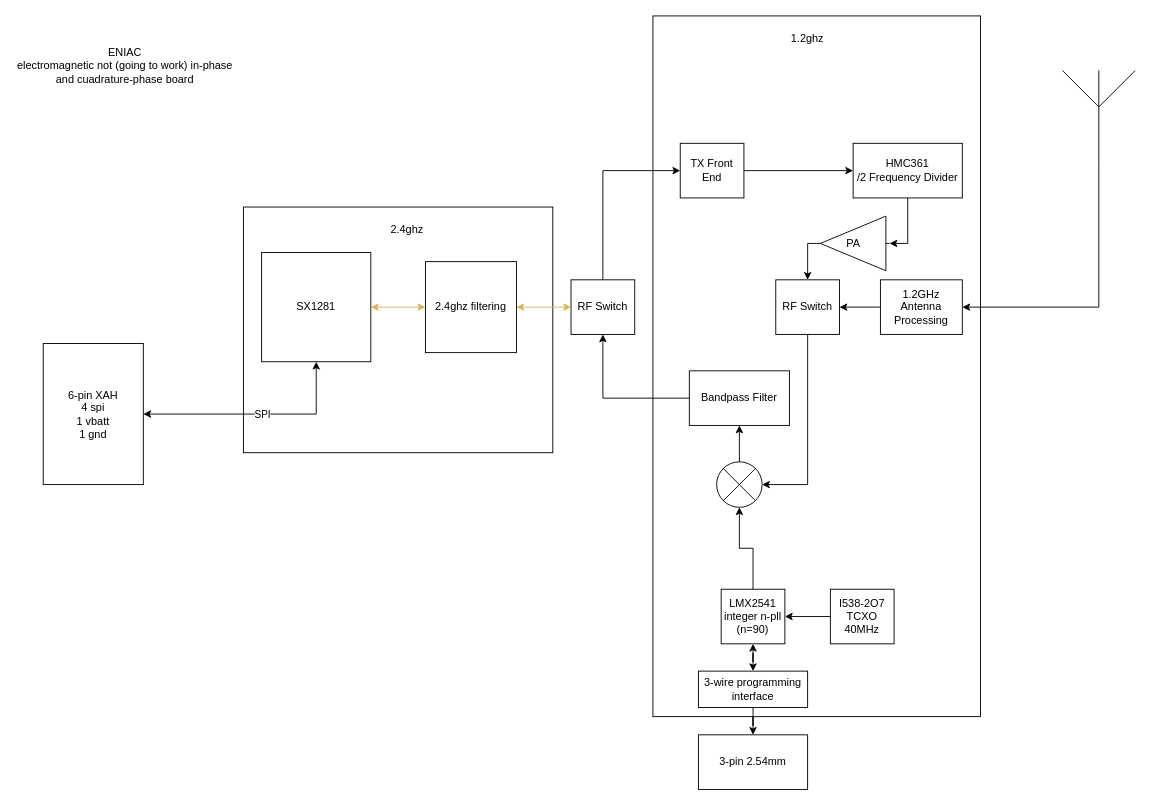
The draw.io diagram KiCad/ENIAC.drawio in parsa-novin/UGA-IREC, before the edit. Source tidied: cells renumbered, new cells numbered last; positions are measured from the earlier drawing's top-left corner, leaving out a move shared by most shapes. Both pictures are drawn from the tidied source at 91%, with x=0, y=0 at pixel (15, 15).
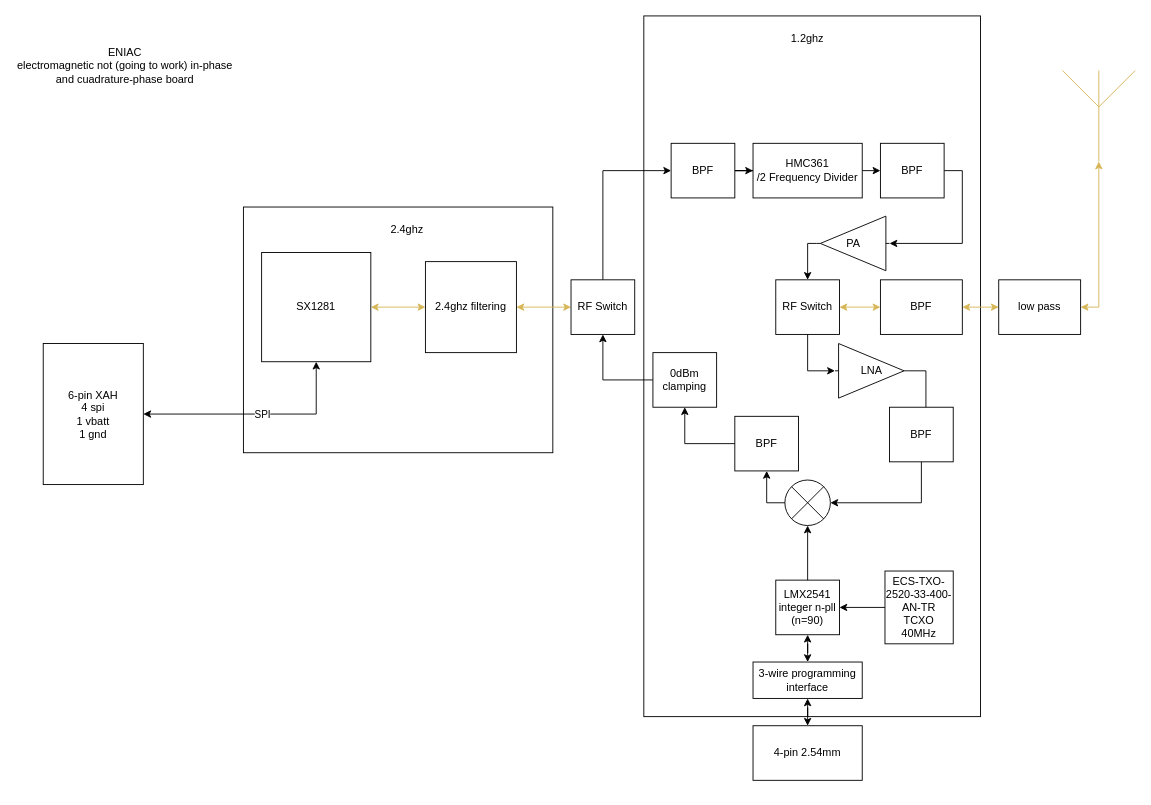
Above is the later version.

The change refers to these unchanged cells:
```xml
<mxCell id="11" value="RF Switch" style="rounded=0;whiteSpace=wrap;html=1;" parent="1" vertex="1">
  <mxGeometry x="610" y="290" width="70" height="60" as="geometry" />
</mxCell>
<mxCell id="23" value="RF Switch" style="rounded=0;whiteSpace=wrap;html=1;" parent="1" vertex="1">
  <mxGeometry x="835" y="290" width="70" height="60" as="geometry" />
</mxCell>
<mxCell id="38" value="PA" style="verticalLabelPosition=middle;shadow=0;dashed=0;align=center;html=1;verticalAlign=middle;shape=mxgraph.electrical.abstract.amplifier;labelPosition=center;direction=west;" parent="1" vertex="1">
  <mxGeometry x="880" y="220" width="80" height="60" as="geometry" />
</mxCell>
```

The edit, as a diff of the source:
```diff
@@
     <mxCell id="2" style="rounded=0;whiteSpace=wrap;html=1;" parent="1" vertex="1">
-      <mxGeometry x="700" width="360" height="770" as="geometry" />
+      <mxGeometry x="690" width="370" height="770" as="geometry" />
     </mxCell>
@@
-    <mxCell id="12" style="edgeStyle=orthogonalEdgeStyle;rounded=0;jettySize=auto;html=1;exitX=0.5;exitY=1;exitDx=0;exitDy=0;exitPerimeter=0;entryX=1;entryY=0.5;entryDx=0;entryDy=0;" parent="1" edge="1" source="13" target="22">
+    <mxCell id="12" style="edgeStyle=orthogonalEdgeStyle;rounded=0;jettySize=auto;html=1;exitX=0;exitY=0.5;exitDx=0;exitDy=0;entryX=1;entryY=0.5;entryDx=0;entryDy=0;fillColor=#fff2cc;strokeColor=#d6b656;startArrow=classic;startFill=1;" parent="1" edge="1" source="42" target="22">
       <mxGeometry relative="1" as="geometry" />
     </mxCell>
-    <mxCell id="13" style="verticalLabelPosition=bottom;shadow=0;dashed=0;align=center;html=1;verticalAlign=top;shape=mxgraph.electrical.radio.aerial_-_antenna_1;" parent="1" vertex="1">
+    <mxCell id="13" style="verticalLabelPosition=bottom;shadow=0;dashed=0;align=center;html=1;verticalAlign=top;shape=mxgraph.electrical.radio.aerial_-_antenna_1;fillColor=#fff2cc;strokeColor=#d6b656;" parent="1" vertex="1">
       <mxGeometry x="1150" y="60" width="80" height="100" as="geometry" />
     </mxCell>
@@
-    <mxCell id="15" style="edgeStyle=orthogonalEdgeStyle;rounded=0;jettySize=auto;html=1;" parent="1" edge="1" source="36" target="11">
+    <mxCell id="15" style="edgeStyle=orthogonalEdgeStyle;rounded=0;jettySize=auto;html=1;" parent="1" edge="1" source="46" target="11">
       <mxGeometry relative="1" as="geometry" />
     </mxCell>
     <mxCell id="16" style="verticalLabelPosition=bottom;shadow=0;dashed=0;align=center;html=1;verticalAlign=top;shape=mxgraph.electrical.abstract.multiplier;" parent="1" vertex="1">
-      <mxGeometry x="770" y="490" width="50" height="50" as="geometry" />
+      <mxGeometry x="845" y="510" width="50" height="50" as="geometry" />
     </mxCell>
@@
-    <mxCell id="18" value="I538-2O7 TCXO&lt;div&gt;40MH&lt;span style=&quot;background-color: transparent; color: light-dark(rgb(0, 0, 0), rgb(255, 255, 255));&quot;&gt;z&lt;/span&gt;&lt;/div&gt;" style="rounded=0;whiteSpace=wrap;html=1;" parent="1" vertex="1">
-      <mxGeometry x="895" y="630" width="70" height="60" as="geometry" />
+    <mxCell id="18" value="ECS-TXO-2520-33-400-AN-TR TCXO&lt;div&gt;40MH&lt;span style=&quot;background-color: transparent; color: light-dark(rgb(0, 0, 0), rgb(255, 255, 255));&quot;&gt;z&lt;/span&gt;&lt;/div&gt;" style="rounded=0;whiteSpace=wrap;html=1;" parent="1" vertex="1">
+      <mxGeometry x="955" y="610" width="75" height="80" as="geometry" />
     </mxCell>
     <mxCell id="19" value="LMX2541&lt;div&gt;integer n-pll&lt;/div&gt;&lt;div&gt;(n=90)&lt;/div&gt;" style="rounded=0;whiteSpace=wrap;html=1;" parent="1" vertex="1">
-      <mxGeometry x="775" y="630" width="70" height="60" as="geometry" />
+      <mxGeometry x="835" y="620" width="70" height="60" as="geometry" />
     </mxCell>
@@
-    <mxCell id="21" style="edgeStyle=orthogonalEdgeStyle;rounded=0;jettySize=auto;html=1;" parent="1" edge="1" source="22" target="23">
+    <mxCell id="21" style="edgeStyle=orthogonalEdgeStyle;rounded=0;jettySize=auto;html=1;fillColor=#fff2cc;strokeColor=#d6b656;startArrow=classic;startFill=1;" parent="1" edge="1" source="22" target="23">
       <mxGeometry relative="1" as="geometry" />
     </mxCell>
-    <mxCell id="22" value="1.2GHz Antenna Processing" style="rounded=0;whiteSpace=wrap;html=1;" parent="1" vertex="1">
+    <mxCell id="22" value="BPF" style="rounded=0;whiteSpace=wrap;html=1;" parent="1" vertex="1">
       <mxGeometry x="950" y="290" width="90" height="60" as="geometry" />
     </mxCell>
@@
-    <mxCell id="24" style="edgeStyle=orthogonalEdgeStyle;rounded=0;jettySize=auto;html=1;entryX=1;entryY=0.5;entryDx=0;entryDy=0;entryPerimeter=0;exitX=0.5;exitY=1;exitDx=0;exitDy=0;" parent="1" edge="1" source="23" target="16">
+    <mxCell id="24" style="edgeStyle=orthogonalEdgeStyle;rounded=0;jettySize=auto;html=1;entryX=1;entryY=0.5;entryDx=0;entryDy=0;entryPerimeter=0;exitX=0.5;exitY=1;exitDx=0;exitDy=0;" parent="1" edge="1" source="44" target="16">
       <mxGeometry relative="1" as="geometry" />
     </mxCell>
@@
-    <mxCell id="26" value="TX Front End" style="rounded=0;whiteSpace=wrap;html=1;" parent="1" vertex="1">
-      <mxGeometry x="730" y="140" width="70" height="60" as="geometry" />
+    <mxCell id="26" value="BPF" style="rounded=0;whiteSpace=wrap;html=1;" parent="1" vertex="1">
+      <mxGeometry x="720" y="140" width="70" height="60" as="geometry" />
     </mxCell>
@@
     <mxCell id="28" value="HMC361&lt;div&gt;/2 Frequency Divider&lt;/div&gt;" style="rounded=0;whiteSpace=wrap;html=1;" parent="1" vertex="1">
-      <mxGeometry x="920" y="140" width="120" height="60" as="geometry" />
+      <mxGeometry x="810" y="140" width="120" height="60" as="geometry" />
     </mxCell>
@@
-    <mxCell id="30" style="edgeStyle=orthogonalEdgeStyle;rounded=0;jettySize=auto;html=1;" parent="1" edge="1" source="31" target="32">
+    <mxCell id="30" style="edgeStyle=orthogonalEdgeStyle;rounded=0;jettySize=auto;html=1;startArrow=classic;startFill=1;" parent="1" edge="1" source="31" target="32">
       <mxGeometry relative="1" as="geometry" />
     </mxCell>
     <mxCell id="31" value="3-wire programming interface" style="rounded=0;whiteSpace=wrap;html=1;" parent="1" vertex="1">
-      <mxGeometry x="750" y="720" width="120" height="40" as="geometry" />
+      <mxGeometry x="810" y="710" width="120" height="40" as="geometry" />
     </mxCell>
-    <mxCell id="32" value="3-pin 2.54mm" style="rounded=0;whiteSpace=wrap;html=1;" parent="1" vertex="1">
-      <mxGeometry x="750" y="790" width="120" height="60" as="geometry" />
+    <mxCell id="32" value="4-pin 2.54mm" style="rounded=0;whiteSpace=wrap;html=1;" parent="1" vertex="1">
+      <mxGeometry x="810" y="780" width="120" height="60" as="geometry" />
     </mxCell>
@@
-    <mxCell id="35" style="edgeStyle=orthogonalEdgeStyle;rounded=0;jettySize=auto;html=1;" parent="1" edge="1" source="16" target="36">
+    <mxCell id="35" style="edgeStyle=orthogonalEdgeStyle;rounded=0;jettySize=auto;html=1;exitX=0;exitY=0.5;exitDx=0;exitDy=0;exitPerimeter=0;" parent="1" edge="1" source="16" target="36">
       <mxGeometry relative="1" as="geometry" />
     </mxCell>
-    <mxCell id="36" value="Bandpass Filter" style="rounded=0;whiteSpace=wrap;html=1;" parent="1" vertex="1">
-      <mxGeometry x="740" y="390" width="110" height="60" as="geometry" />
+    <mxCell id="36" value="BPF" style="rounded=0;whiteSpace=wrap;html=1;" parent="1" vertex="1">
+      <mxGeometry x="790" y="440" width="70" height="60" as="geometry" />
     </mxCell>
-    <mxCell id="37" style="edgeStyle=orthogonalEdgeStyle;rounded=0;jettySize=auto;html=1;exitX=0.5;exitY=1;exitDx=0;exitDy=0;entryX=0;entryY=0.5;entryDx=0;entryDy=0;entryPerimeter=0;" parent="1" edge="1" source="28" target="38">
+    <mxCell id="37" style="edgeStyle=orthogonalEdgeStyle;rounded=0;jettySize=auto;html=1;exitX=1;exitY=0.5;exitDx=0;exitDy=0;entryX=0;entryY=0.5;entryDx=0;entryDy=0;entryPerimeter=0;" parent="1" edge="1" source="40" target="38">
       <mxGeometry relative="1" as="geometry" />
     </mxCell>
@@
+    <mxCell id="39" style="edgeStyle=orthogonalEdgeStyle;rounded=0;jettySize=auto;html=1;exitX=1;exitY=0.5;exitDx=0;exitDy=0;entryX=0;entryY=0.5;entryDx=0;entryDy=0;entryPerimeter=0;" parent="1" edge="1" source="28" target="40">
+      <mxGeometry relative="1" as="geometry" />
+    </mxCell>
+    <mxCell id="40" value="BPF" style="rounded=0;whiteSpace=wrap;html=1;" parent="1" vertex="1">
+      <mxGeometry x="950" y="140" width="70" height="60" as="geometry" />
+    </mxCell>
+    <mxCell id="41" style="edgeStyle=orthogonalEdgeStyle;rounded=0;jettySize=auto;html=1;exitX=0.5;exitY=1;exitDx=0;exitDy=0;exitPerimeter=0;entryX=1;entryY=0.5;entryDx=0;entryDy=0;fillColor=#fff2cc;strokeColor=#d6b656;startArrow=classic;startFill=1;" parent="1" edge="1" source="13" target="42">
+      <mxGeometry relative="1" as="geometry" />
+    </mxCell>
+    <mxCell id="42" value="low pass" style="rounded=0;whiteSpace=wrap;html=1;" parent="1" vertex="1">
+      <mxGeometry x="1080" y="290" width="90" height="60" as="geometry" />
+    </mxCell>
+    <mxCell id="43" style="edgeStyle=orthogonalEdgeStyle;rounded=0;jettySize=auto;html=1;entryX=0.5;entryY=0;entryDx=0;entryDy=0;exitX=1;exitY=0.5;exitDx=0;exitDy=0;exitPerimeter=0;" parent="1" edge="1" source="48" target="44">
+      <mxGeometry relative="1" as="geometry" />
+    </mxCell>
+    <mxCell id="44" value="BPF" style="rounded=0;whiteSpace=wrap;html=1;" parent="1" vertex="1">
+      <mxGeometry x="960" y="430" width="70" height="60" as="geometry" />
+    </mxCell>
+    <mxCell id="45" style="edgeStyle=orthogonalEdgeStyle;rounded=0;jettySize=auto;html=1;entryX=0.5;entryY=1;entryDx=0;entryDy=0;" parent="1" edge="1" source="36" target="46">
+      <mxGeometry relative="1" as="geometry" />
+    </mxCell>
+    <mxCell id="46" value="0dBm clamping" style="rounded=0;whiteSpace=wrap;html=1;" parent="1" vertex="1">
+      <mxGeometry x="700" y="370" width="70" height="60" as="geometry" />
+    </mxCell>
+    <mxCell id="47" style="edgeStyle=orthogonalEdgeStyle;rounded=0;jettySize=auto;html=1;entryX=0;entryY=0.5;entryDx=0;entryDy=0;exitX=0.5;exitY=1;exitDx=0;exitDy=0;entryPerimeter=0;" parent="1" edge="1" source="23" target="48">
+      <mxGeometry relative="1" as="geometry" />
+    </mxCell>
+    <mxCell id="48" value="LNA" style="verticalLabelPosition=middle;shadow=0;dashed=0;align=center;html=1;verticalAlign=middle;shape=mxgraph.electrical.abstract.amplifier;labelPosition=center;direction=east;" parent="1" vertex="1">
+      <mxGeometry x="900" y="360" width="80" height="60" as="geometry" />
+    </mxCell>
```
